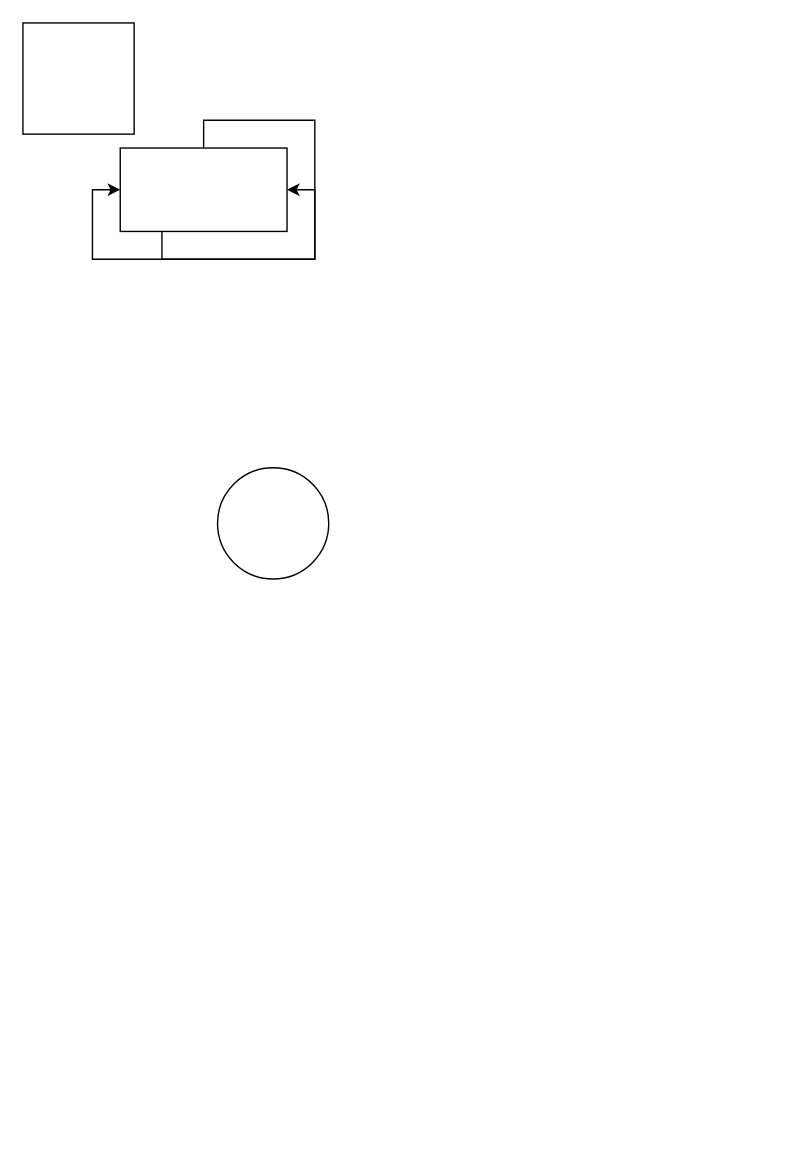
Above: 未命名绘图.drawio in tanglk/CryptoJS (draw.io), before the change. Source tidied: cells renumbered, new cells numbered last; positions are measured from the earlier drawing's top-left corner, leaving out a move shared by most shapes. Both pictures are drawn from the tidied source at 139%, with x=0, y=0 at pixel (22, 22).
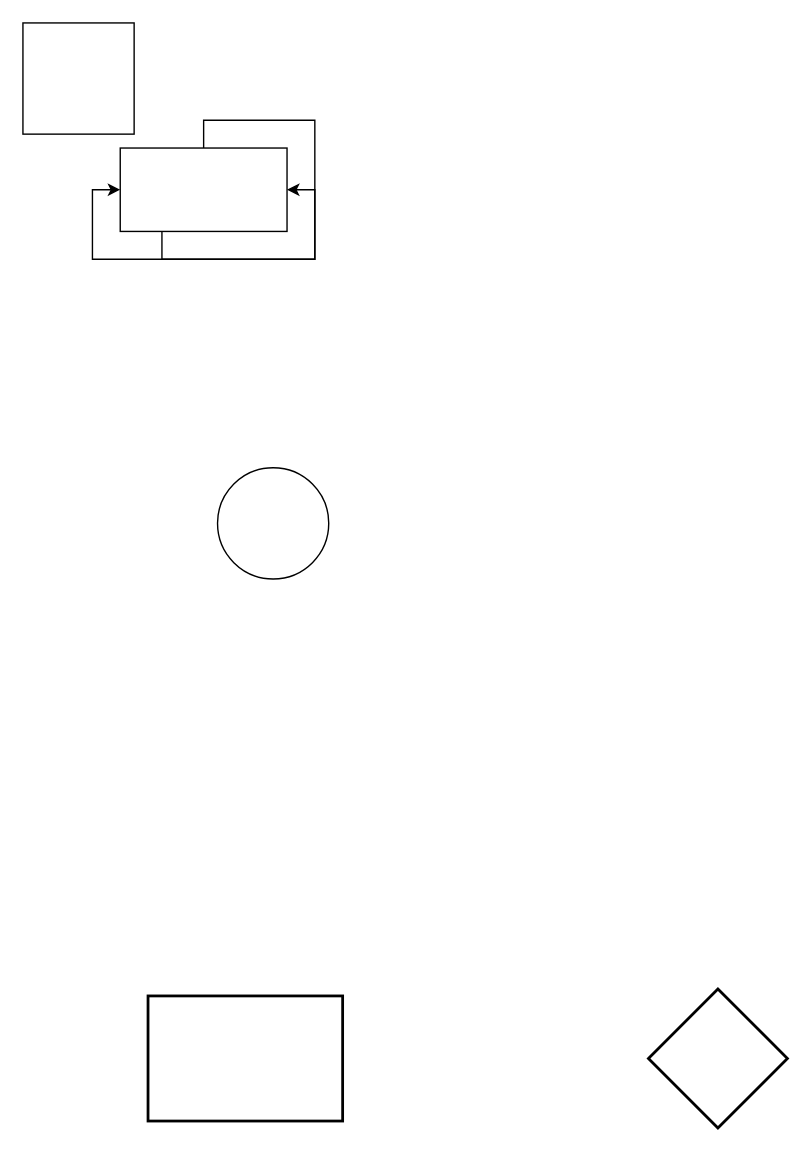
After the change.

Commit message:
更新未命名绘图.drawio

What changed in the source:
```diff
@@
 <mxGraphModel>
   <root>
     <mxCell id="0" />
     <mxCell id="1" parent="0" />
     <mxCell id="2" style="rounded=0;whiteSpace=wrap;html=1;" parent="1" vertex="1">
       <mxGeometry x="70" y="90" width="120" height="60" as="geometry" />
     </mxCell>
     <mxCell id="3" style="edgeStyle=orthogonalEdgeStyle;rounded=0;orthogonalLoop=1;jettySize=auto;html=1;entryX=0;entryY=0.5;entryDx=0;entryDy=0;" parent="1" edge="1" source="2" target="2">
       <mxGeometry relative="1" as="geometry" />
     </mxCell>
     <mxCell id="4" style="edgeStyle=orthogonalEdgeStyle;rounded=0;orthogonalLoop=1;jettySize=auto;html=1;exitX=0.25;exitY=1;exitDx=0;exitDy=0;entryX=1;entryY=0.5;entryDx=0;entryDy=0;" parent="1" edge="1" source="2" target="2">
       <mxGeometry relative="1" as="geometry" />
     </mxCell>
     <mxCell id="5" style="ellipse;whiteSpace=wrap;html=1;" parent="1" vertex="1">
       <mxGeometry x="140" y="320" width="80" height="80" as="geometry" />
     </mxCell>
     <mxCell id="6" style="whiteSpace=wrap;html=1;" parent="1" vertex="1">
       <mxGeometry width="80" height="80" as="geometry" />
     </mxCell>
+    <mxCell id="7" style="strokeWidth=2;html=1;shape=mxgraph.flowchart.decision;whiteSpace=wrap;" parent="1" vertex="1">
+      <mxGeometry x="450" y="695" width="100" height="100" as="geometry" />
+    </mxCell>
+    <mxCell id="8" style="rounded=1;whiteSpace=wrap;html=1;absoluteArcSize=1;arcSize=0;strokeWidth=2;" parent="1" vertex="1">
+      <mxGeometry x="90" y="700" width="140" height="90" as="geometry" />
+    </mxCell>
   </root>
 </mxGraphModel>
```
